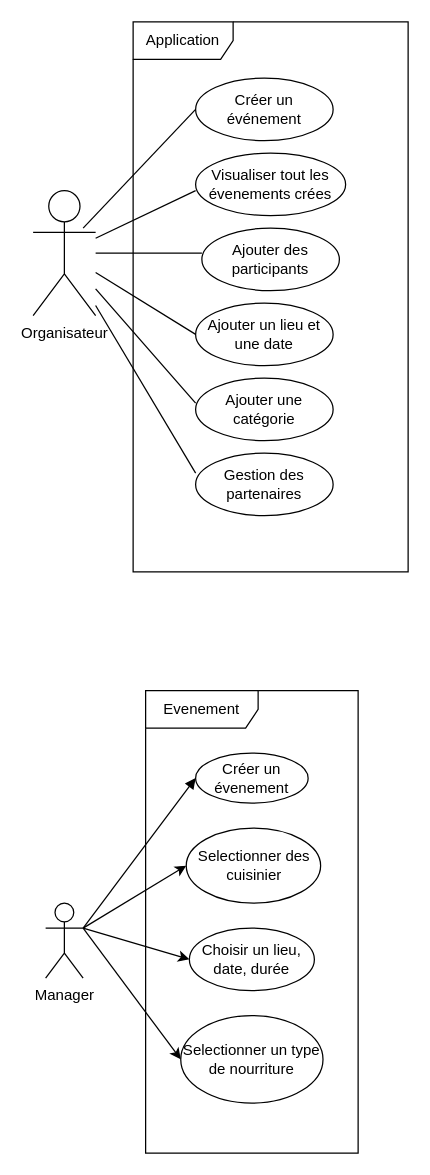
Earlier version of the draw.io diagram Conception/Diagramme de cas d'utilisation.drawio (CSliveR/Chief-s-Arena). Source tidied: cells renumbered, new cells numbered last; positions are measured from the earlier drawing's top-left corner, leaving out a move shared by most shapes. Both pictures are drawn from the tidied source at 125%, with x=0, y=0 at pixel (32, 21).
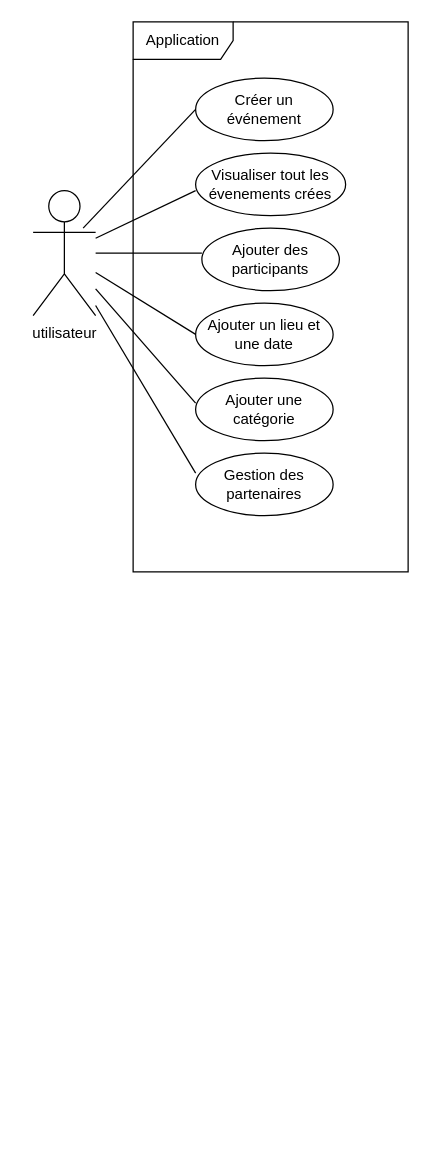
After the change.

The edit, as a diff of the source:
```diff
@@
-    <mxCell id="2" value="Organisateur" style="shape=umlActor;verticalLabelPosition=bottom;verticalAlign=top;html=1;outlineConnect=0;" parent="1" vertex="1">
+    <mxCell id="2" value="&lt;div&gt;utilisateur&lt;/div&gt;" style="shape=umlActor;verticalLabelPosition=bottom;verticalAlign=top;html=1;outlineConnect=0;" parent="1" vertex="1">
       <mxGeometry y="135" width="50" height="100" as="geometry" />
     </mxCell>
@@
-    <mxCell id="15" value="&lt;div&gt;Evenement&lt;/div&gt;" style="shape=umlFrame;whiteSpace=wrap;html=1;width=90;height=30;" parent="1" vertex="1">
-      <mxGeometry x="90" y="535" width="170" height="370" as="geometry" />
-    </mxCell>
-    <mxCell id="16" value="&lt;div&gt;Manager&lt;/div&gt;" style="shape=umlActor;verticalLabelPosition=bottom;verticalAlign=top;html=1;" parent="1" vertex="1">
-      <mxGeometry x="10" y="705" width="30" height="60" as="geometry" />
-    </mxCell>
-    <mxCell id="17" value="&lt;div&gt;Créer un évenement&lt;/div&gt;" style="ellipse;whiteSpace=wrap;html=1;" parent="1" vertex="1">
-      <mxGeometry x="130" y="585" width="90" height="40" as="geometry" />
-    </mxCell>
-    <mxCell id="18" style="html=1;verticalAlign=bottom;endArrow=block;curved=0;rounded=0;entryX=0;entryY=0.5;entryDx=0;entryDy=0;exitX=1;exitY=0.3333333333333333;exitDx=0;exitDy=0;exitPerimeter=0;" parent="1" edge="1" source="16" target="17">
-      <mxGeometry relative="1" as="geometry" />
-    </mxCell>
-    <mxCell id="19" style="endArrow=classic;html=1;rounded=0;exitX=1;exitY=0.3333333333333333;exitDx=0;exitDy=0;exitPerimeter=0;entryX=0;entryY=0.5;entryDx=0;entryDy=0;" parent="1" edge="1" source="16" target="20">
-      <mxGeometry relative="1" as="geometry" />
-    </mxCell>
-    <mxCell id="20" value="&lt;div&gt;Selectionner des cuisinier&lt;/div&gt;" style="ellipse;whiteSpace=wrap;html=1;" parent="1" vertex="1">
-      <mxGeometry x="122.5" y="645" width="107.5" height="60" as="geometry" />
-    </mxCell>
-    <mxCell id="21" value="&lt;div&gt;Choisir un lieu,&lt;/div&gt;&lt;div&gt;date, durée&lt;/div&gt;" style="ellipse;whiteSpace=wrap;html=1;" parent="1" vertex="1">
-      <mxGeometry x="125" y="725" width="100" height="50" as="geometry" />
-    </mxCell>
-    <mxCell id="22" style="endArrow=classic;html=1;rounded=0;exitX=1;exitY=0.3333333333333333;exitDx=0;exitDy=0;exitPerimeter=0;entryX=0;entryY=0.5;entryDx=0;entryDy=0;" parent="1" edge="1" source="16" target="21">
-      <mxGeometry relative="1" as="geometry" />
-    </mxCell>
-    <mxCell id="23" value="&lt;div&gt;Selectionner un type de nourriture&lt;/div&gt;" style="ellipse;whiteSpace=wrap;html=1;" parent="1" vertex="1">
-      <mxGeometry x="118.1" y="795" width="113.8" height="70" as="geometry" />
-    </mxCell>
-    <mxCell id="24" style="endArrow=classic;html=1;rounded=0;exitX=1;exitY=0.3333333333333333;exitDx=0;exitDy=0;exitPerimeter=0;entryX=0;entryY=0.5;entryDx=0;entryDy=0;" parent="1" edge="1" source="16" target="23">
-      <mxGeometry relative="1" as="geometry" />
-    </mxCell>
```
